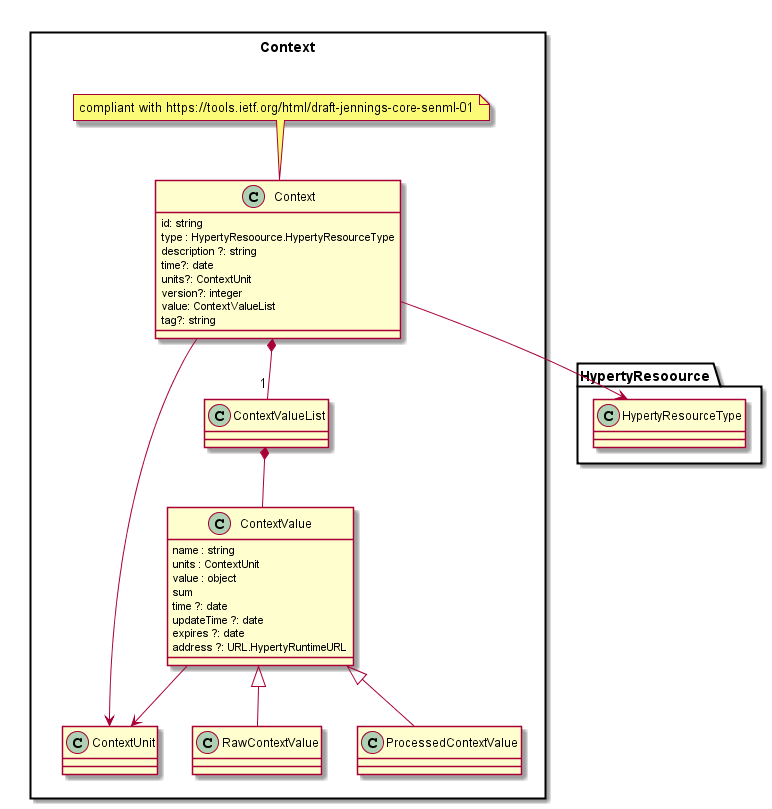
Above: docs/datamodel/data-objects/context/Context.png in reTHINK-project/dev-service-framework (PlantUML), before the change.
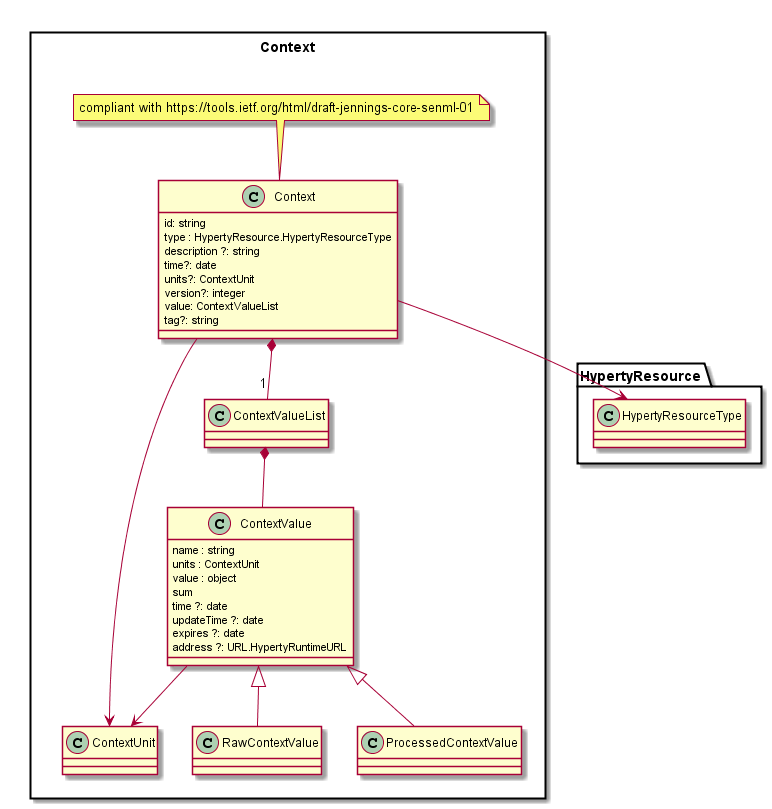
After the change.

The edit, as a diff of the source:
```diff
@@ -4,7 +4,7 @@
 
 	class Context {
 		id: string
-		type : HypertyResoource.HypertyResourceType
+		type : HypertyResource.HypertyResourceType
 		description ?: string
 		time?: date
 		units?: ContextUnit
@@ -42,7 +42,7 @@
 
 	Context *-- "1" ContextValueList
 
-	Context --> HypertyResoource.HypertyResourceType
+	Context --> HypertyResource.HypertyResourceType
 	Context --> ContextUnit
 	ContextValue --> ContextUnit
 
```
